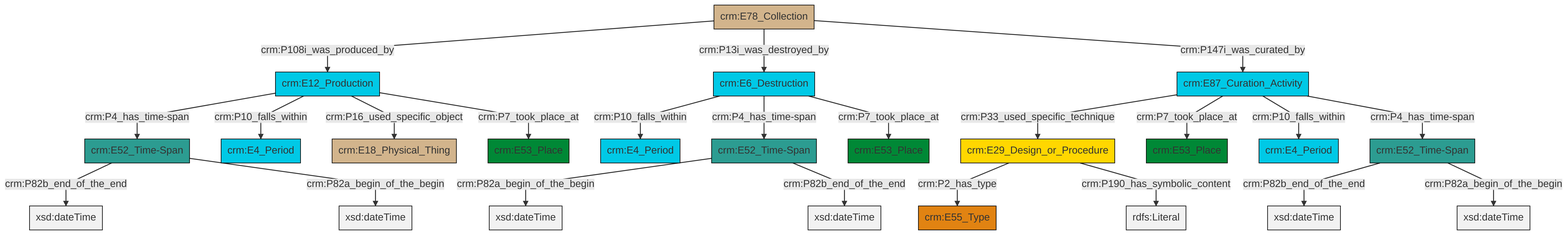
This is et/archivalCSV/ttl/mmd/png/archival_existence.png from swiss-art-research-net/docs.swissartresearch, a Mermaid export, as it was before one commit. Its source is kept beside it as et/archivalCSV/ttl/mmd/archival_existence.ttl.mmd.
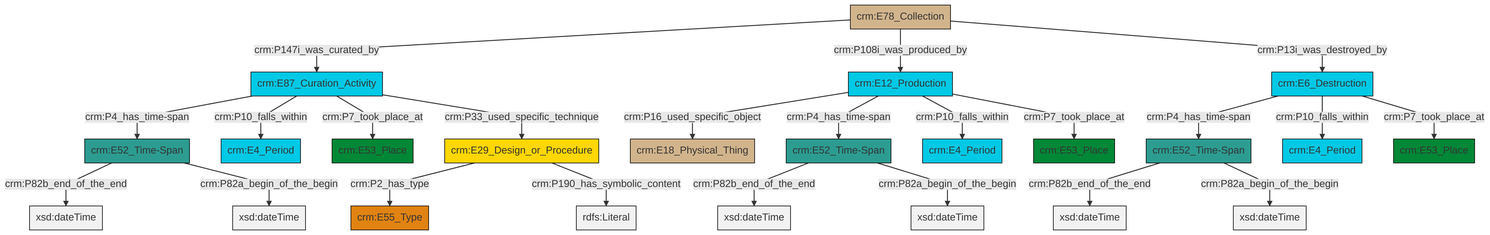
Above is the later version.

Diff of the diagram source:
```diff
@@ -13,25 +13,25 @@
 classDef PC_Classes fill:#4ce600, stroke:#000000;
 classDef Multi fill:#cccccc,stroke:#000000;
 
-0["crm:E6_Destruction"]:::Temporal_Entity -->|crm:P10_falls_within| 1["crm:E4_Period"]:::Temporal_Entity
-4["crm:E52_Time-Span"]:::Time-Span -->|crm:P82b_end_of_the_end| 5[xsd:dateTime]:::Literal
-0["crm:E6_Destruction"]:::Temporal_Entity -->|crm:P4_has_time-span| 6["crm:E52_Time-Span"]:::Time-Span
-7["crm:E29_Design_or_Procedure"]:::Conceptual_Object -->|crm:P2_has_type| 8["crm:E55_Type"]:::Type
-10["crm:E78_Collection"]:::Physical_Thing -->|crm:P108i_was_produced_by| 12["crm:E12_Production"]:::Temporal_Entity
-17["crm:E52_Time-Span"]:::Time-Span -->|crm:P82b_end_of_the_end| 18[xsd:dateTime]:::Literal
-10["crm:E78_Collection"]:::Physical_Thing -->|crm:P13i_was_destroyed_by| 0["crm:E6_Destruction"]:::Temporal_Entity
-6["crm:E52_Time-Span"]:::Time-Span -->|crm:P82a_begin_of_the_begin| 21[xsd:dateTime]:::Literal
-2["crm:E87_Curation_Activity"]:::Temporal_Entity -->|crm:P33_used_specific_technique| 7["crm:E29_Design_or_Procedure"]:::Conceptual_Object
-0["crm:E6_Destruction"]:::Temporal_Entity -->|crm:P7_took_place_at| 23["crm:E53_Place"]:::Place
-12["crm:E12_Production"]:::Temporal_Entity -->|crm:P4_has_time-span| 4["crm:E52_Time-Span"]:::Time-Span
-4["crm:E52_Time-Span"]:::Time-Span -->|crm:P82a_begin_of_the_begin| 27[xsd:dateTime]:::Literal
-6["crm:E52_Time-Span"]:::Time-Span -->|crm:P82b_end_of_the_end| 28[xsd:dateTime]:::Literal
-10["crm:E78_Collection"]:::Physical_Thing -->|crm:P147i_was_curated_by| 2["crm:E87_Curation_Activity"]:::Temporal_Entity
-12["crm:E12_Production"]:::Temporal_Entity -->|crm:P10_falls_within| 13["crm:E4_Period"]:::Temporal_Entity
-7["crm:E29_Design_or_Procedure"]:::Conceptual_Object -->|crm:P190_has_symbolic_content| 31[rdfs:Literal]:::Literal
-12["crm:E12_Production"]:::Temporal_Entity -->|crm:P16_used_specific_object| 29["crm:E18_Physical_Thing"]:::Physical_Thing
-17["crm:E52_Time-Span"]:::Time-Span -->|crm:P82a_begin_of_the_begin| 33[xsd:dateTime]:::Literal
-12["crm:E12_Production"]:::Temporal_Entity -->|crm:P7_took_place_at| 35["crm:E53_Place"]:::Place
-2["crm:E87_Curation_Activity"]:::Temporal_Entity -->|crm:P7_took_place_at| 15["crm:E53_Place"]:::Place
-2["crm:E87_Curation_Activity"]:::Temporal_Entity -->|crm:P10_falls_within| 36["crm:E4_Period"]:::Temporal_Entity
-2["crm:E87_Curation_Activity"]:::Temporal_Entity -->|crm:P4_has_time-span| 17["crm:E52_Time-Span"]:::Time-Span
+0["crm:E52_Time-Span"]:::Time-Span -->|crm:P82b_end_of_the_end| 1[xsd:dateTime]:::Literal
+2["crm:E12_Production"]:::Temporal_Entity -->|crm:P16_used_specific_object| 3["crm:E18_Physical_Thing"]:::Physical_Thing
+6["crm:E87_Curation_Activity"]:::Temporal_Entity -->|crm:P4_has_time-span| 7["crm:E52_Time-Span"]:::Time-Span
+6["crm:E87_Curation_Activity"]:::Temporal_Entity -->|crm:P10_falls_within| 8["crm:E4_Period"]:::Temporal_Entity
+10["crm:E29_Design_or_Procedure"]:::Conceptual_Object -->|crm:P2_has_type| 11["crm:E55_Type"]:::Type
+0["crm:E52_Time-Span"]:::Time-Span -->|crm:P82a_begin_of_the_begin| 12[xsd:dateTime]:::Literal
+13["crm:E6_Destruction"]:::Temporal_Entity -->|crm:P4_has_time-span| 0["crm:E52_Time-Span"]:::Time-Span
+14["crm:E52_Time-Span"]:::Time-Span -->|crm:P82b_end_of_the_end| 15[xsd:dateTime]:::Literal
+6["crm:E87_Curation_Activity"]:::Temporal_Entity -->|crm:P7_took_place_at| 16["crm:E53_Place"]:::Place
+19["crm:E78_Collection"]:::Physical_Thing -->|crm:P147i_was_curated_by| 6["crm:E87_Curation_Activity"]:::Temporal_Entity
+7["crm:E52_Time-Span"]:::Time-Span -->|crm:P82b_end_of_the_end| 22[xsd:dateTime]:::Literal
+10["crm:E29_Design_or_Procedure"]:::Conceptual_Object -->|crm:P190_has_symbolic_content| 23[rdfs:Literal]:::Literal
+2["crm:E12_Production"]:::Temporal_Entity -->|crm:P4_has_time-span| 14["crm:E52_Time-Span"]:::Time-Span
+13["crm:E6_Destruction"]:::Temporal_Entity -->|crm:P10_falls_within| 4["crm:E4_Period"]:::Temporal_Entity
+13["crm:E6_Destruction"]:::Temporal_Entity -->|crm:P7_took_place_at| 32["crm:E53_Place"]:::Place
+19["crm:E78_Collection"]:::Physical_Thing -->|crm:P108i_was_produced_by| 2["crm:E12_Production"]:::Temporal_Entity
+2["crm:E12_Production"]:::Temporal_Entity -->|crm:P10_falls_within| 28["crm:E4_Period"]:::Temporal_Entity
+6["crm:E87_Curation_Activity"]:::Temporal_Entity -->|crm:P33_used_specific_technique| 10["crm:E29_Design_or_Procedure"]:::Conceptual_Object
+7["crm:E52_Time-Span"]:::Time-Span -->|crm:P82a_begin_of_the_begin| 35[xsd:dateTime]:::Literal
+14["crm:E52_Time-Span"]:::Time-Span -->|crm:P82a_begin_of_the_begin| 38[xsd:dateTime]:::Literal
+19["crm:E78_Collection"]:::Physical_Thing -->|crm:P13i_was_destroyed_by| 13["crm:E6_Destruction"]:::Temporal_Entity
+2["crm:E12_Production"]:::Temporal_Entity -->|crm:P7_took_place_at| 36["crm:E53_Place"]:::Place
```
